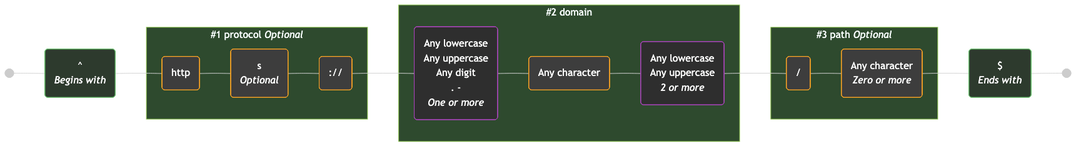
This is diagrams/url.mermaid-diagram.dark-theme.png from tayles/regex-to-mermaid, a Mermaid export, as it was before one commit. Its source is kept beside it as diagrams/url.mermaid.
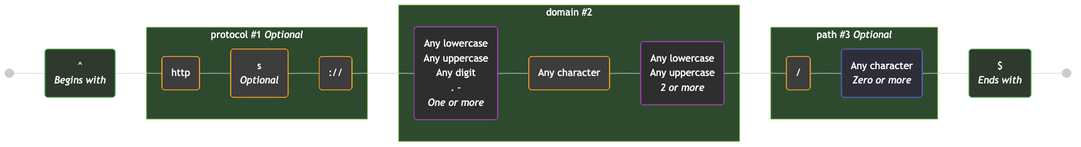
Above is the later version.

Change to the diagram source:
```diff
@@ -1,35 +1,35 @@
 graph LR
   accTitle: "Regex: ^(?<protocol>https?:\\/\\/)?(?<domain>[a-zA-Z0-9.-]+\\.[a-zA-Z]{2,})(?<path>\\/.*)?$"
-  accDescr: "Generated with regex-to-mermaid@1.0.4"
+  accDescr: "Generated with regex-to-mermaid@2.0.0"
 
   start@{ shape: f-circ };
   fin@{ shape: f-circ };
   assertion_1("^<br><i>Begins with</i>"):::assertion;
   literal_1("http"):::literal;
   literal_2("s<br><i>Optional</i>"):::literal;
-  literal_3("://"):::literal;
+  literal_3(":\/\/"):::literal;
   char_class_1("Any lowercase<br>Any uppercase<br>Any digit<br>. -<br><i>One or more</i>"):::char-class;
   literal_4("Any character"):::literal;
   char_class_2("Any lowercase<br>Any uppercase<br><i>2 or more</i>"):::char-class;
-  literal_5("/"):::literal;
-  literal_6("Any character<br><i>Zero or more</i>"):::literal;
+  literal_5("\/"):::literal;
+  char_set_1("Any character<br><i>Zero or more</i>"):::char-set;
   assertion_2("$<br><i>Ends with</i>"):::assertion;
 
-  subgraph named_capture_1 ["#1 protocol <i>Optional</i>"]
+  subgraph named_capture_1 ["protocol #1 <i>Optional</i>"]
     literal_1
     literal_2
     literal_3
   end
 
-  subgraph named_capture_2 ["#2 domain"]
+  subgraph named_capture_2 ["domain #2"]
     char_class_1
     literal_4
     char_class_2
   end
 
-  subgraph named_capture_3 ["#3 path <i>Optional</i>"]
+  subgraph named_capture_3 ["path #3 <i>Optional</i>"]
     literal_5
-    literal_6
+    char_set_1
   end
 
   start --- assertion_1;
@@ -40,13 +40,14 @@
   char_class_1 --- literal_4;
   literal_4 --- char_class_2;
   char_class_2 --- literal_5;
-  literal_5 --- literal_6;
-  literal_6 --- assertion_2;
+  literal_5 --- char_set_1;
+  char_set_1 --- assertion_2;
   assertion_2 --- fin;
 
   classDef assertion fill:#B6D7A8,stroke:#93C47D,color:#000000;
   classDef literal fill:#F9CB9C,stroke:#E69138,color:#000000;
   classDef char-class fill:#B4A7D6,stroke:#8E7CC3,color:#000000;
+  classDef char-set fill:#9FA8DA,stroke:#5C6BC0,color:#000000;
 
   classDef named-capture fill:#D9EAD3,stroke:#93C47D,color:#000000;
 
```
